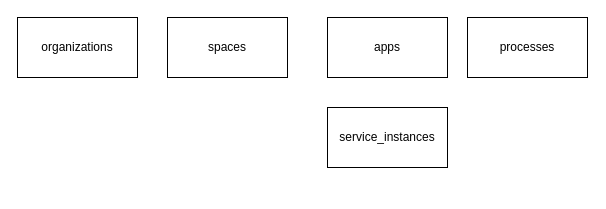
The draw.io diagram docs/datamodel.drawio in alphagov/paas-steampipe-dashboard, before the edit. Source tidied: cells renumbered, new cells numbered last; positions are measured from the earlier drawing's top-left corner, leaving out a move shared by most shapes. Both pictures are drawn from the tidied source at 100%, with x=0, y=0 at pixel (17, 17).
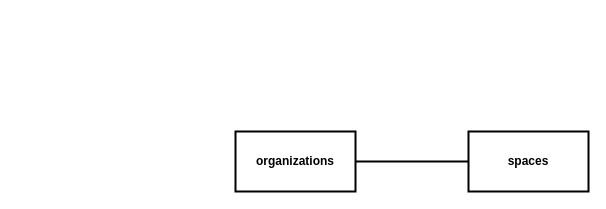
After the change.

Commit message (it also covers changes not shown here):
add generated datamodel

Diff of the diagram source:
```diff
@@
 <mxGraphModel>
   <root>
     <mxCell id="0" />
     <mxCell id="1" parent="0" />
+    <mxCell id="7" style="edgeStyle=orthogonalEdgeStyle;rounded=0;jettySize=auto;html=1;endArrow=none;endFill=0;strokeWidth=2;" parent="1" edge="1" source="2" target="3">
+      <mxGeometry relative="1" as="geometry" />
+    </mxCell>
-    <mxCell id="2" value="organizations" style="rounded=0;whiteSpace=wrap;html=1;" parent="1" vertex="1">
-      <mxGeometry width="120" height="60" as="geometry" />
+    <mxCell id="2" value="organizations" style="rounded=0;whiteSpace=wrap;html=1;strokeWidth=2;fontStyle=1;" parent="1" vertex="1">
+      <mxGeometry x="218" y="114" width="120" height="60" as="geometry" />
     </mxCell>
-    <mxCell id="3" value="spaces" style="rounded=0;whiteSpace=wrap;html=1;" parent="1" vertex="1">
-      <mxGeometry x="150" width="120" height="60" as="geometry" />
+    <mxCell id="3" value="spaces" style="rounded=0;whiteSpace=wrap;html=1;strokeWidth=2;fontStyle=1;" parent="1" vertex="1">
+      <mxGeometry x="451" y="114" width="120" height="60" as="geometry" />
     </mxCell>
-    <mxCell id="4" value="apps" style="rounded=0;whiteSpace=wrap;html=1;" parent="1" vertex="1">
-      <mxGeometry x="310" width="120" height="60" as="geometry" />
-    </mxCell>
-    <mxCell id="5" value="processes" style="rounded=0;whiteSpace=wrap;html=1;" parent="1" vertex="1">
-      <mxGeometry x="450" width="120" height="60" as="geometry" />
-    </mxCell>
-    <mxCell id="6" value="service_instances" style="rounded=0;whiteSpace=wrap;html=1;" parent="1" vertex="1">
-      <mxGeometry x="310" y="90" width="120" height="60" as="geometry" />
-    </mxCell>
   </root>
 </mxGraphModel>
```
